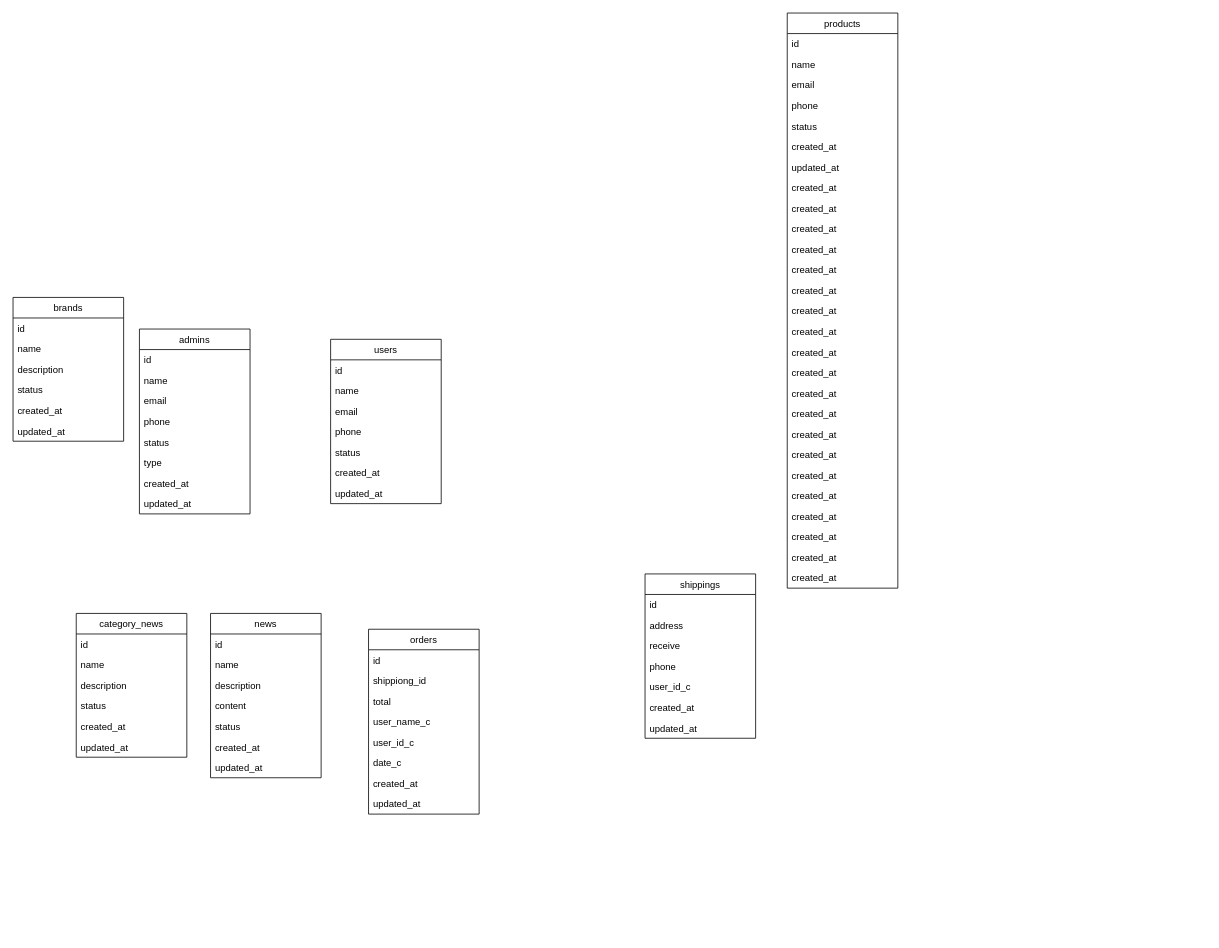
Above: Untitled Diagram.drawio in vanh190599/Document (draw.io), before the change. Source tidied: cells renumbered, new cells numbered last; positions are measured from the earlier drawing's top-left corner, leaving out a move shared by most shapes. Both pictures are drawn from the tidied source at 79%, with x=0, y=0 at pixel (13, 13).
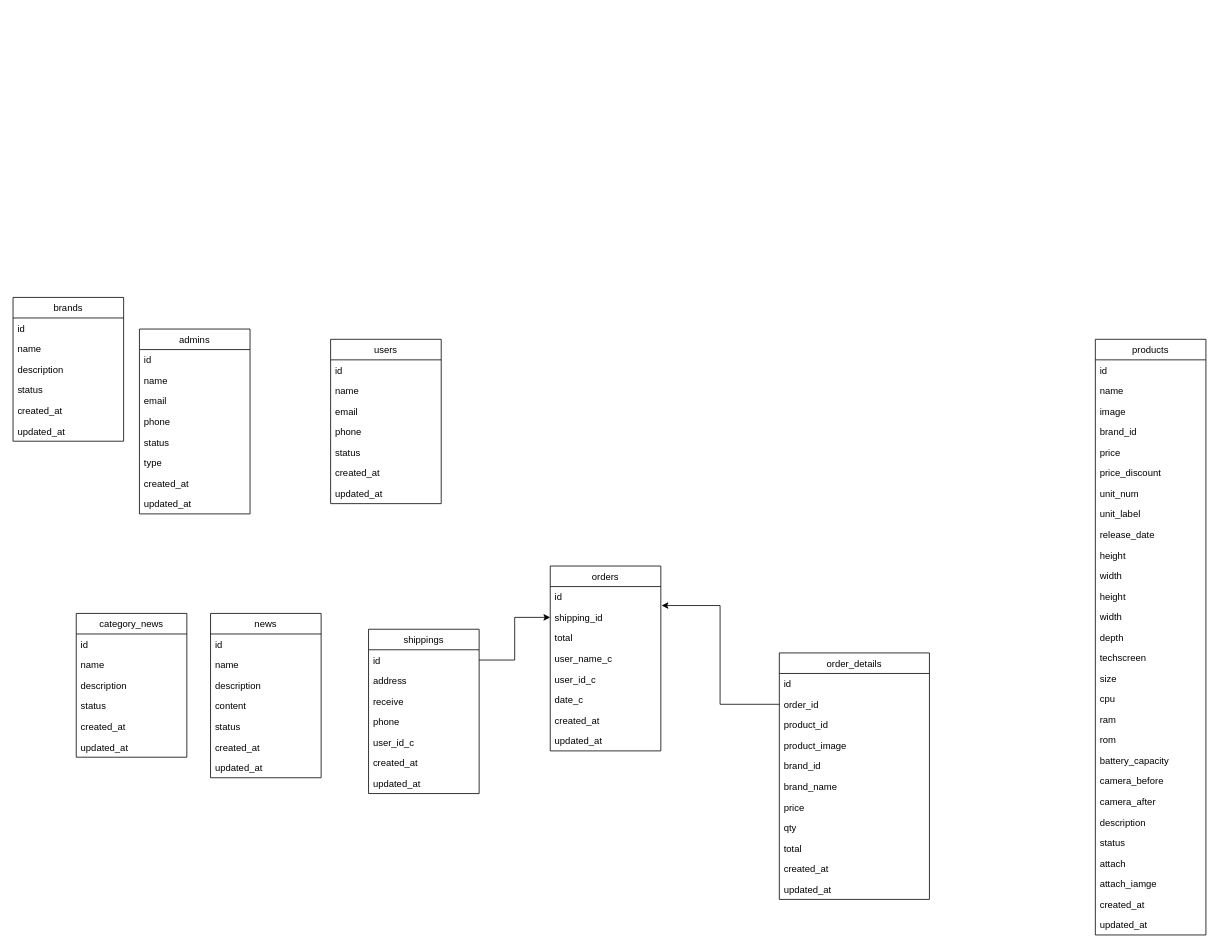
After the change.

The change refers to these unchanged cells:
```xml
<mxCell id="51" value="id" style="text;strokeColor=none;fillColor=none;align=left;verticalAlign=top;spacingLeft=4;spacingRight=4;overflow=hidden;points=[[0,0.5],[1,0.5]];portConstraint=eastwest;" parent="50" vertex="1">
  <mxGeometry y="26" width="140" height="26" as="geometry" />
</mxCell>
```

What changed in the source:
```diff
@@
     <mxCell id="41" value="orders" style="swimlane;fontStyle=0;horizontal=1;startSize=26;fillColor=none;" parent="1" vertex="1">
-      <mxGeometry x="450" y="780" width="140" height="234" as="geometry" />
+      <mxGeometry x="680" y="700" width="140" height="234" as="geometry" />
     </mxCell>
@@
-    <mxCell id="43" value="shippiong_id" style="text;strokeColor=none;fillColor=none;align=left;verticalAlign=top;spacingLeft=4;spacingRight=4;overflow=hidden;points=[[0,0.5],[1,0.5]];portConstraint=eastwest;" parent="41" vertex="1">
+    <mxCell id="43" value="shipping_id" style="text;strokeColor=none;fillColor=none;align=left;verticalAlign=top;spacingLeft=4;spacingRight=4;overflow=hidden;points=[[0,0.5],[1,0.5]];portConstraint=eastwest;" parent="41" vertex="1">
       <mxGeometry y="52" width="140" height="26" as="geometry" />
     </mxCell>
@@
     <mxCell id="50" value="shippings" style="swimlane;fontStyle=0;horizontal=1;startSize=26;fillColor=none;" parent="1" vertex="1">
-      <mxGeometry x="800" y="710" width="140" height="208" as="geometry" />
+      <mxGeometry x="450" y="780" width="140" height="208" as="geometry" />
     </mxCell>
@@
     <mxCell id="58" value="products" style="swimlane;fontStyle=0;horizontal=1;startSize=26;fillColor=none;" parent="1" vertex="1">
-      <mxGeometry x="980" width="140" height="728" as="geometry" />
+      <mxGeometry x="1370" y="413" width="140" height="754" as="geometry" />
     </mxCell>
@@
-    <mxCell id="61" value="email" style="text;strokeColor=none;fillColor=none;align=left;verticalAlign=top;spacingLeft=4;spacingRight=4;overflow=hidden;" parent="58" vertex="1">
+    <mxCell id="61" value="image" style="text;strokeColor=none;fillColor=none;align=left;verticalAlign=top;spacingLeft=4;spacingRight=4;overflow=hidden;" parent="58" vertex="1">
       <mxGeometry y="78" width="140" height="26" as="geometry" />
     </mxCell>
-    <mxCell id="62" value="phone" style="text;strokeColor=none;fillColor=none;align=left;verticalAlign=top;spacingLeft=4;spacingRight=4;overflow=hidden;" parent="58" vertex="1">
+    <mxCell id="62" value="brand_id" style="text;strokeColor=none;fillColor=none;align=left;verticalAlign=top;spacingLeft=4;spacingRight=4;overflow=hidden;" parent="58" vertex="1">
       <mxGeometry y="104" width="140" height="26" as="geometry" />
     </mxCell>
-    <mxCell id="63" value="status" style="text;strokeColor=none;fillColor=none;align=left;verticalAlign=top;spacingLeft=4;spacingRight=4;overflow=hidden;" parent="58" vertex="1">
+    <mxCell id="63" value="price" style="text;strokeColor=none;fillColor=none;align=left;verticalAlign=top;spacingLeft=4;spacingRight=4;overflow=hidden;" parent="58" vertex="1">
       <mxGeometry y="130" width="140" height="26" as="geometry" />
     </mxCell>
-    <mxCell id="64" value="created_at" style="text;strokeColor=none;fillColor=none;align=left;verticalAlign=top;spacingLeft=4;spacingRight=4;overflow=hidden;" parent="58" vertex="1">
+    <mxCell id="64" value="price_discount" style="text;strokeColor=none;fillColor=none;align=left;verticalAlign=top;spacingLeft=4;spacingRight=4;overflow=hidden;" parent="58" vertex="1">
       <mxGeometry y="156" width="140" height="26" as="geometry" />
     </mxCell>
-    <mxCell id="65" value="updated_at" style="text;strokeColor=none;fillColor=none;align=left;verticalAlign=top;spacingLeft=4;spacingRight=4;overflow=hidden;" parent="58" vertex="1">
+    <mxCell id="65" value="unit_num" style="text;strokeColor=none;fillColor=none;align=left;verticalAlign=top;spacingLeft=4;spacingRight=4;overflow=hidden;" parent="58" vertex="1">
       <mxGeometry y="182" width="140" height="26" as="geometry" />
     </mxCell>
-    <mxCell id="66" value="created_at" style="text;strokeColor=none;fillColor=none;align=left;verticalAlign=top;spacingLeft=4;spacingRight=4;overflow=hidden;" parent="58" vertex="1">
+    <mxCell id="66" value="unit_label" style="text;strokeColor=none;fillColor=none;align=left;verticalAlign=top;spacingLeft=4;spacingRight=4;overflow=hidden;" parent="58" vertex="1">
       <mxGeometry y="208" width="140" height="26" as="geometry" />
     </mxCell>
-    <mxCell id="67" value="created_at" style="text;strokeColor=none;fillColor=none;align=left;verticalAlign=top;spacingLeft=4;spacingRight=4;overflow=hidden;" parent="58" vertex="1">
+    <mxCell id="67" value="release_date" style="text;strokeColor=none;fillColor=none;align=left;verticalAlign=top;spacingLeft=4;spacingRight=4;overflow=hidden;" parent="58" vertex="1">
       <mxGeometry y="234" width="140" height="26" as="geometry" />
     </mxCell>
-    <mxCell id="68" value="created_at" style="text;strokeColor=none;fillColor=none;align=left;verticalAlign=top;spacingLeft=4;spacingRight=4;overflow=hidden;" parent="58" vertex="1">
+    <mxCell id="68" value="height" style="text;strokeColor=none;fillColor=none;align=left;verticalAlign=top;spacingLeft=4;spacingRight=4;overflow=hidden;" parent="58" vertex="1">
       <mxGeometry y="260" width="140" height="26" as="geometry" />
     </mxCell>
-    <mxCell id="69" value="created_at" style="text;strokeColor=none;fillColor=none;align=left;verticalAlign=top;spacingLeft=4;spacingRight=4;overflow=hidden;" parent="58" vertex="1">
+    <mxCell id="69" value="width" style="text;strokeColor=none;fillColor=none;align=left;verticalAlign=top;spacingLeft=4;spacingRight=4;overflow=hidden;" parent="58" vertex="1">
       <mxGeometry y="286" width="140" height="26" as="geometry" />
     </mxCell>
-    <mxCell id="70" value="created_at" style="text;strokeColor=none;fillColor=none;align=left;verticalAlign=top;spacingLeft=4;spacingRight=4;overflow=hidden;" parent="58" vertex="1">
+    <mxCell id="70" value="height" style="text;strokeColor=none;fillColor=none;align=left;verticalAlign=top;spacingLeft=4;spacingRight=4;overflow=hidden;" parent="58" vertex="1">
       <mxGeometry y="312" width="140" height="26" as="geometry" />
     </mxCell>
-    <mxCell id="71" value="created_at" style="text;strokeColor=none;fillColor=none;align=left;verticalAlign=top;spacingLeft=4;spacingRight=4;overflow=hidden;" parent="58" vertex="1">
+    <mxCell id="71" value="width" style="text;strokeColor=none;fillColor=none;align=left;verticalAlign=top;spacingLeft=4;spacingRight=4;overflow=hidden;" parent="58" vertex="1">
       <mxGeometry y="338" width="140" height="26" as="geometry" />
     </mxCell>
-    <mxCell id="72" value="created_at" style="text;strokeColor=none;fillColor=none;align=left;verticalAlign=top;spacingLeft=4;spacingRight=4;overflow=hidden;" parent="58" vertex="1">
+    <mxCell id="72" value="depth" style="text;strokeColor=none;fillColor=none;align=left;verticalAlign=top;spacingLeft=4;spacingRight=4;overflow=hidden;" parent="58" vertex="1">
       <mxGeometry y="364" width="140" height="26" as="geometry" />
     </mxCell>
-    <mxCell id="73" value="created_at" style="text;strokeColor=none;fillColor=none;align=left;verticalAlign=top;spacingLeft=4;spacingRight=4;overflow=hidden;" parent="58" vertex="1">
+    <mxCell id="73" value="techscreen" style="text;strokeColor=none;fillColor=none;align=left;verticalAlign=top;spacingLeft=4;spacingRight=4;overflow=hidden;" parent="58" vertex="1">
       <mxGeometry y="390" width="140" height="26" as="geometry" />
     </mxCell>
-    <mxCell id="74" value="created_at" style="text;strokeColor=none;fillColor=none;align=left;verticalAlign=top;spacingLeft=4;spacingRight=4;overflow=hidden;" parent="58" vertex="1">
+    <mxCell id="74" value="size" style="text;strokeColor=none;fillColor=none;align=left;verticalAlign=top;spacingLeft=4;spacingRight=4;overflow=hidden;" parent="58" vertex="1">
       <mxGeometry y="416" width="140" height="26" as="geometry" />
     </mxCell>
-    <mxCell id="75" value="created_at" style="text;strokeColor=none;fillColor=none;align=left;verticalAlign=top;spacingLeft=4;spacingRight=4;overflow=hidden;" parent="58" vertex="1">
+    <mxCell id="75" value="cpu" style="text;strokeColor=none;fillColor=none;align=left;verticalAlign=top;spacingLeft=4;spacingRight=4;overflow=hidden;" parent="58" vertex="1">
       <mxGeometry y="442" width="140" height="26" as="geometry" />
     </mxCell>
-    <mxCell id="76" value="created_at" style="text;strokeColor=none;fillColor=none;align=left;verticalAlign=top;spacingLeft=4;spacingRight=4;overflow=hidden;" parent="58" vertex="1">
+    <mxCell id="76" value="ram" style="text;strokeColor=none;fillColor=none;align=left;verticalAlign=top;spacingLeft=4;spacingRight=4;overflow=hidden;" parent="58" vertex="1">
       <mxGeometry y="468" width="140" height="26" as="geometry" />
     </mxCell>
-    <mxCell id="77" value="created_at" style="text;strokeColor=none;fillColor=none;align=left;verticalAlign=top;spacingLeft=4;spacingRight=4;overflow=hidden;" parent="58" vertex="1">
+    <mxCell id="77" value="rom" style="text;strokeColor=none;fillColor=none;align=left;verticalAlign=top;spacingLeft=4;spacingRight=4;overflow=hidden;" parent="58" vertex="1">
       <mxGeometry y="494" width="140" height="26" as="geometry" />
     </mxCell>
-    <mxCell id="78" value="created_at" style="text;strokeColor=none;fillColor=none;align=left;verticalAlign=top;spacingLeft=4;spacingRight=4;overflow=hidden;" parent="58" vertex="1">
+    <mxCell id="78" value="battery_capacity" style="text;strokeColor=none;fillColor=none;align=left;verticalAlign=top;spacingLeft=4;spacingRight=4;overflow=hidden;" parent="58" vertex="1">
       <mxGeometry y="520" width="140" height="26" as="geometry" />
     </mxCell>
-    <mxCell id="79" value="created_at" style="text;strokeColor=none;fillColor=none;align=left;verticalAlign=top;spacingLeft=4;spacingRight=4;overflow=hidden;" parent="58" vertex="1">
+    <mxCell id="79" value="camera_before" style="text;strokeColor=none;fillColor=none;align=left;verticalAlign=top;spacingLeft=4;spacingRight=4;overflow=hidden;" parent="58" vertex="1">
       <mxGeometry y="546" width="140" height="26" as="geometry" />
     </mxCell>
-    <mxCell id="80" value="created_at" style="text;strokeColor=none;fillColor=none;align=left;verticalAlign=top;spacingLeft=4;spacingRight=4;overflow=hidden;" parent="58" vertex="1">
+    <mxCell id="80" value="camera_after" style="text;strokeColor=none;fillColor=none;align=left;verticalAlign=top;spacingLeft=4;spacingRight=4;overflow=hidden;" parent="58" vertex="1">
       <mxGeometry y="572" width="140" height="26" as="geometry" />
     </mxCell>
-    <mxCell id="81" value="created_at" style="text;strokeColor=none;fillColor=none;align=left;verticalAlign=top;spacingLeft=4;spacingRight=4;overflow=hidden;" parent="58" vertex="1">
+    <mxCell id="81" value="description" style="text;strokeColor=none;fillColor=none;align=left;verticalAlign=top;spacingLeft=4;spacingRight=4;overflow=hidden;" parent="58" vertex="1">
       <mxGeometry y="598" width="140" height="26" as="geometry" />
     </mxCell>
-    <mxCell id="82" value="created_at" style="text;strokeColor=none;fillColor=none;align=left;verticalAlign=top;spacingLeft=4;spacingRight=4;overflow=hidden;" parent="58" vertex="1">
+    <mxCell id="82" value="status" style="text;strokeColor=none;fillColor=none;align=left;verticalAlign=top;spacingLeft=4;spacingRight=4;overflow=hidden;" parent="58" vertex="1">
       <mxGeometry y="624" width="140" height="26" as="geometry" />
     </mxCell>
-    <mxCell id="83" value="created_at" style="text;strokeColor=none;fillColor=none;align=left;verticalAlign=top;spacingLeft=4;spacingRight=4;overflow=hidden;" parent="58" vertex="1">
+    <mxCell id="83" value="attach" style="text;strokeColor=none;fillColor=none;align=left;verticalAlign=top;spacingLeft=4;spacingRight=4;overflow=hidden;" parent="58" vertex="1">
       <mxGeometry y="650" width="140" height="26" as="geometry" />
     </mxCell>
-    <mxCell id="84" value="created_at" style="text;strokeColor=none;fillColor=none;align=left;verticalAlign=top;spacingLeft=4;spacingRight=4;overflow=hidden;" parent="58" vertex="1">
+    <mxCell id="84" value="attach_iamge" style="text;strokeColor=none;fillColor=none;align=left;verticalAlign=top;spacingLeft=4;spacingRight=4;overflow=hidden;" parent="58" vertex="1">
       <mxGeometry y="676" width="140" height="26" as="geometry" />
     </mxCell>
@@
+    <mxCell id="86" value="updated_at" style="text;strokeColor=none;fillColor=none;align=left;verticalAlign=top;spacingLeft=4;spacingRight=4;overflow=hidden;" parent="58" vertex="1">
+      <mxGeometry y="728" width="140" height="26" as="geometry" />
+    </mxCell>
+    <mxCell id="87" value="order_details" style="swimlane;fontStyle=0;horizontal=1;startSize=26;fillColor=none;" parent="1" vertex="1">
+      <mxGeometry x="970" y="810" width="190" height="312" as="geometry" />
+    </mxCell>
+    <mxCell id="88" value="id" style="text;strokeColor=none;fillColor=none;align=left;verticalAlign=top;spacingLeft=4;spacingRight=4;overflow=hidden;" parent="87" vertex="1">
+      <mxGeometry y="26" width="190" height="26" as="geometry" />
+    </mxCell>
+    <mxCell id="89" value="order_id" style="text;strokeColor=none;fillColor=none;align=left;verticalAlign=top;spacingLeft=4;spacingRight=4;overflow=hidden;points=[[0,0.5],[1,0.5]];portConstraint=eastwest;" parent="87" vertex="1">
+      <mxGeometry y="52" width="190" height="26" as="geometry" />
+    </mxCell>
+    <mxCell id="90" value="product_id" style="text;strokeColor=none;fillColor=none;align=left;verticalAlign=top;spacingLeft=4;spacingRight=4;overflow=hidden;" parent="87" vertex="1">
+      <mxGeometry y="78" width="190" height="26" as="geometry" />
+    </mxCell>
+    <mxCell id="91" value="product_image" style="text;strokeColor=none;fillColor=none;align=left;verticalAlign=top;spacingLeft=4;spacingRight=4;overflow=hidden;" parent="87" vertex="1">
+      <mxGeometry y="104" width="190" height="26" as="geometry" />
+    </mxCell>
+    <mxCell id="92" value="brand_id" style="text;strokeColor=none;fillColor=none;align=left;verticalAlign=top;spacingLeft=4;spacingRight=4;overflow=hidden;" parent="87" vertex="1">
+      <mxGeometry y="130" width="190" height="26" as="geometry" />
+    </mxCell>
+    <mxCell id="93" value="brand_name" style="text;strokeColor=none;fillColor=none;align=left;verticalAlign=top;spacingLeft=4;spacingRight=4;overflow=hidden;" parent="87" vertex="1">
+      <mxGeometry y="156" width="190" height="26" as="geometry" />
+    </mxCell>
+    <mxCell id="94" value="price" style="text;strokeColor=none;fillColor=none;align=left;verticalAlign=top;spacingLeft=4;spacingRight=4;overflow=hidden;" parent="87" vertex="1">
+      <mxGeometry y="182" width="190" height="26" as="geometry" />
+    </mxCell>
+    <mxCell id="95" value="qty" style="text;strokeColor=none;fillColor=none;align=left;verticalAlign=top;spacingLeft=4;spacingRight=4;overflow=hidden;" parent="87" vertex="1">
+      <mxGeometry y="208" width="190" height="26" as="geometry" />
+    </mxCell>
+    <mxCell id="96" value="total" style="text;strokeColor=none;fillColor=none;align=left;verticalAlign=top;spacingLeft=4;spacingRight=4;overflow=hidden;" parent="87" vertex="1">
+      <mxGeometry y="234" width="190" height="26" as="geometry" />
+    </mxCell>
+    <mxCell id="97" value="created_at" style="text;strokeColor=none;fillColor=none;align=left;verticalAlign=top;spacingLeft=4;spacingRight=4;overflow=hidden;" parent="87" vertex="1">
+      <mxGeometry y="260" width="190" height="26" as="geometry" />
+    </mxCell>
+    <mxCell id="98" value="updated_at" style="text;strokeColor=none;fillColor=none;align=left;verticalAlign=top;spacingLeft=4;spacingRight=4;overflow=hidden;" parent="87" vertex="1">
+      <mxGeometry y="286" width="190" height="26" as="geometry" />
+    </mxCell>
+    <mxCell id="99" style="edgeStyle=orthogonalEdgeStyle;rounded=0;jettySize=auto;html=1;entryX=1.007;entryY=-0.077;entryDx=0;entryDy=0;entryPerimeter=0;" parent="1" edge="1" source="89" target="43">
+      <mxGeometry relative="1" as="geometry" />
+    </mxCell>
+    <mxCell id="100" style="edgeStyle=orthogonalEdgeStyle;rounded=0;jettySize=auto;html=1;" parent="1" edge="1" source="51" target="43">
+      <mxGeometry relative="1" as="geometry" />
+    </mxCell>
```
